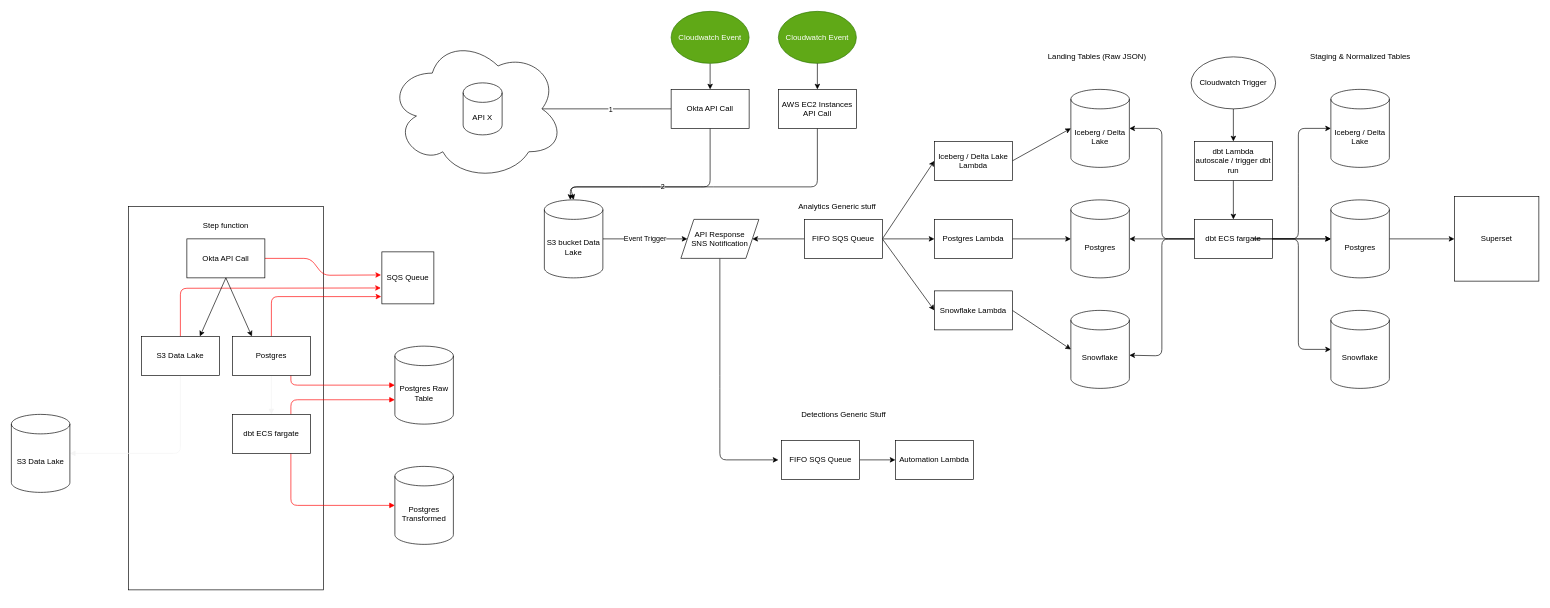
This is integrations/unions/process.drawio from kai-ten/Circulate-archive, a draw.io file, before an edit. Source tidied: cells renumbered, new cells numbered last; positions are measured from the earlier drawing's top-left corner, leaving out a move shared by most shapes. Both pictures are drawn from the tidied source at 65%, with x=0, y=0 at pixel (11, 11).
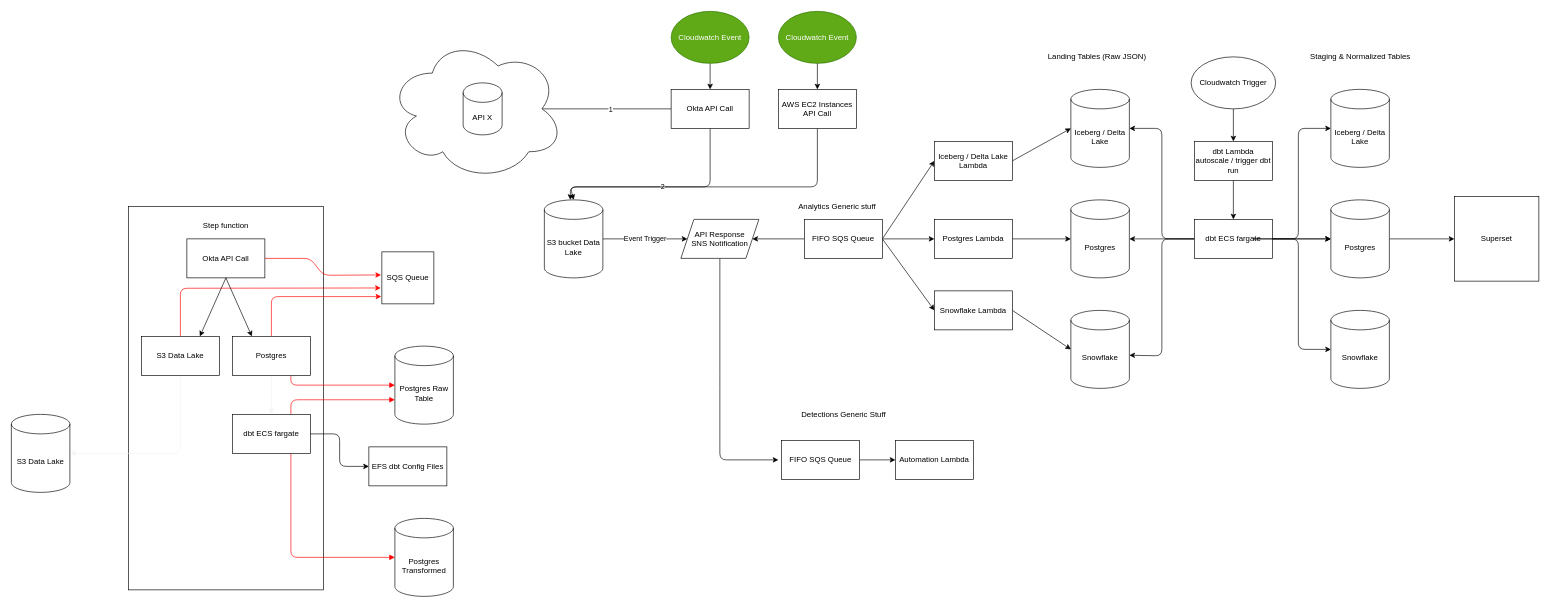
The same diagram, later.

Unchanged cells that the change refers to:
```xml
<mxCell id="76" value="dbt ECS fargate" style="rounded=0;whiteSpace=wrap;html=1;" parent="1" vertex="1">
  <mxGeometry x="340" y="620" width="120" height="60" as="geometry" />
</mxCell>
```

Change to the diagram source:
```diff
@@
+    <mxCell id="78" style="edgeStyle=orthogonalEdgeStyle;html=1;exitX=1;exitY=0.5;exitDx=0;exitDy=0;entryX=0;entryY=0.5;entryDx=0;entryDy=0;" parent="1" edge="1" source="76" target="79">
+      <mxGeometry relative="1" as="geometry" />
+    </mxCell>
@@
     <mxCell id="77" value="Postgres Transformed" style="shape=cylinder3;whiteSpace=wrap;html=1;boundedLbl=1;backgroundOutline=1;size=15;" parent="1" vertex="1">
-      <mxGeometry x="590" y="700" width="90" height="120" as="geometry" />
+      <mxGeometry x="590" y="780" width="90" height="120" as="geometry" />
     </mxCell>
+    <mxCell id="79" value="EFS dbt Config Files" style="rounded=0;whiteSpace=wrap;html=1;" parent="1" vertex="1">
+      <mxGeometry x="550" y="670" width="120" height="60" as="geometry" />
+    </mxCell>
```
